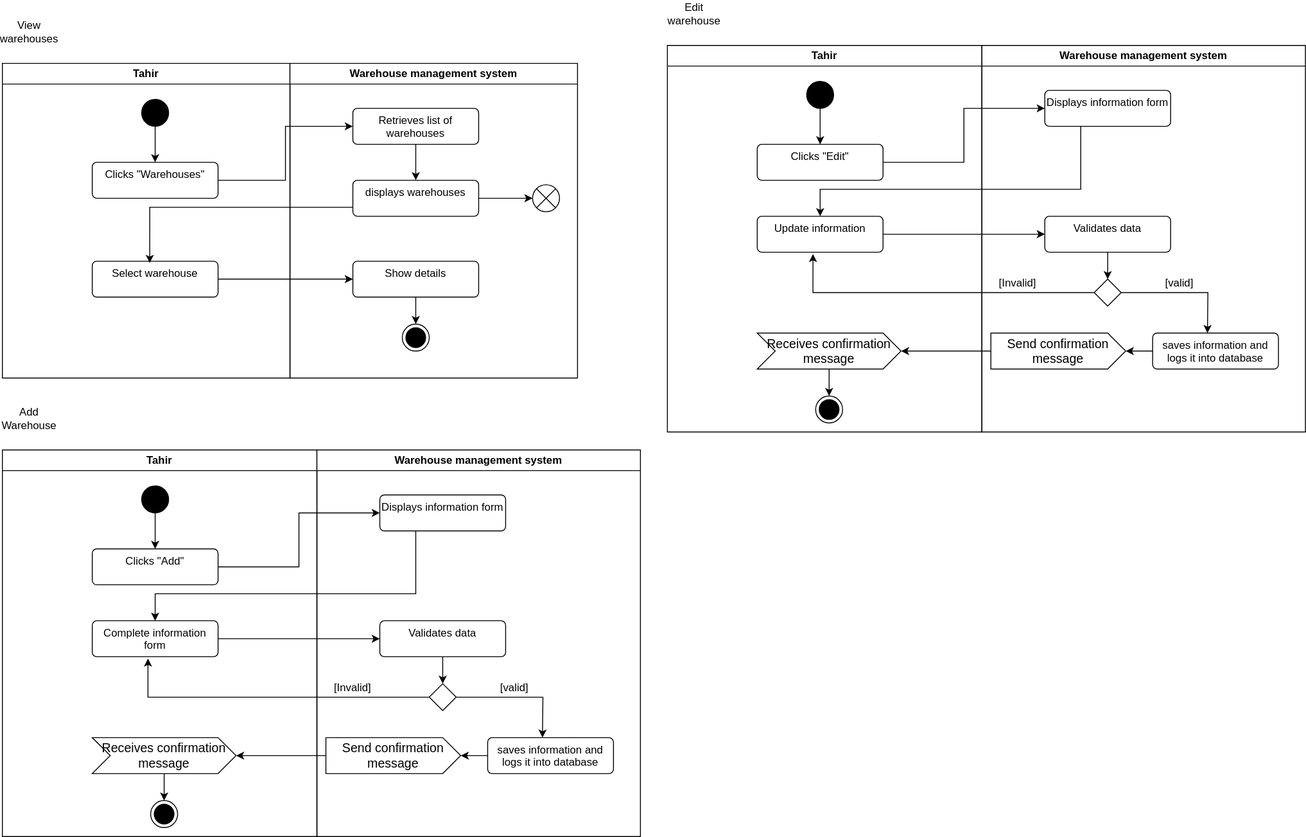
Simamkele88/IFM3_GP keeps this draw.io diagram as warehouse_act.svg. Above is the earlier version. Source tidied: cells renumbered, new cells last; positions are measured from the earlier drawing's top-left corner, leaving out a move shared by most shapes.
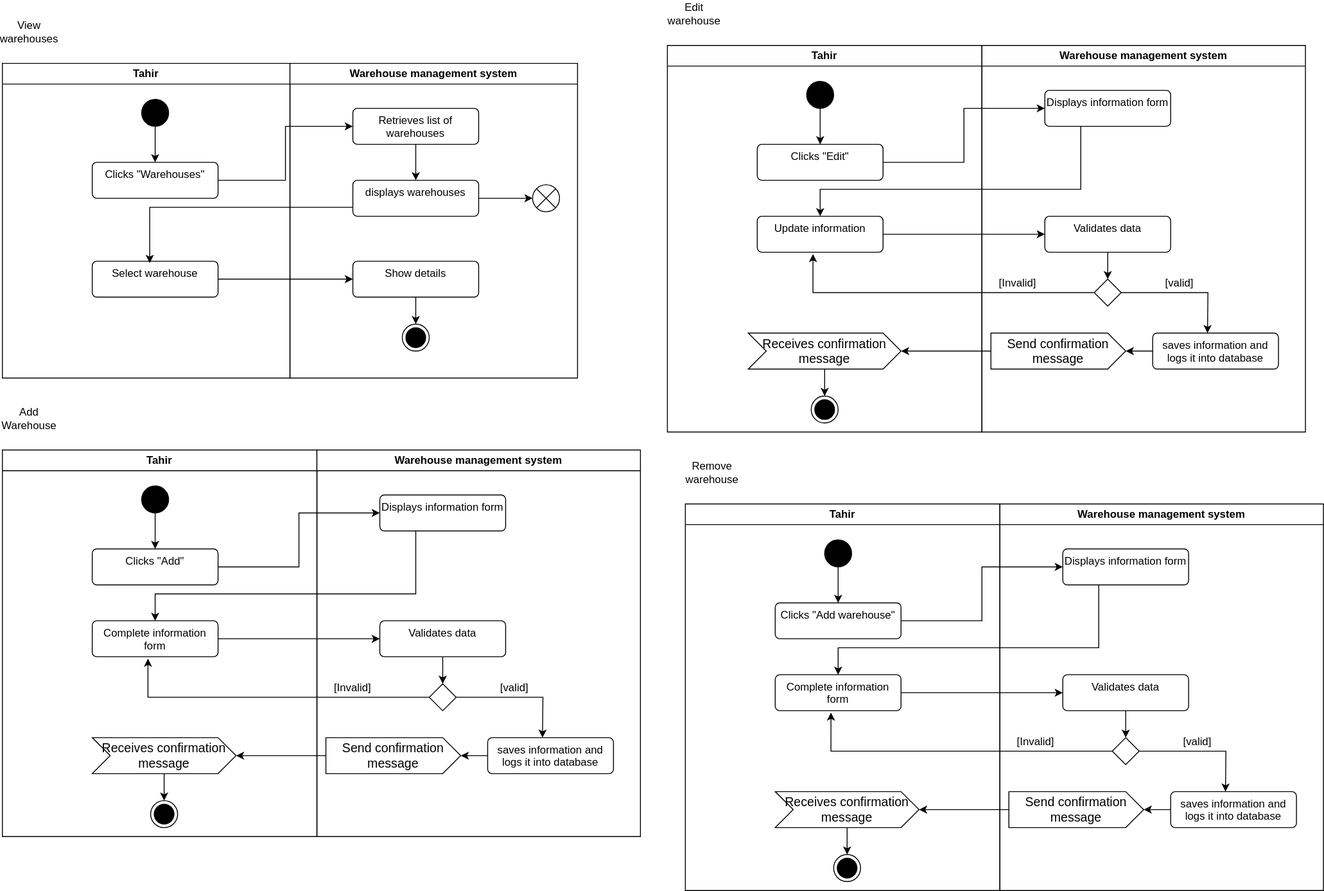
Later version of the same file.

Diff of the diagram source:
```diff
@@ -167,10 +167,10 @@
       <mxGeometry relative="1" as="geometry" />
     </mxCell>
     <mxCell id="53" value="Receives confirmation message" style="html=1;shape=mxgraph.infographic.ribbonSimple;notch1=20;notch2=20;align=center;verticalAlign=middle;fontSize=14;fontStyle=0;fillColor=#FFFFFF;whiteSpace=wrap;" parent="47" vertex="1">
-      <mxGeometry x="100" y="320" width="160" height="40" as="geometry" />
+      <mxGeometry x="90" y="320" width="170" height="40" as="geometry" />
     </mxCell>
     <mxCell id="54" style="ellipse;html=1;shape=endState;fillColor=strokeColor;" parent="47" vertex="1">
-      <mxGeometry x="165" y="390" width="30" height="30" as="geometry" />
+      <mxGeometry x="160" y="390" width="30" height="30" as="geometry" />
     </mxCell>
     <mxCell id="55" value="Warehouse management system" style="swimlane;whiteSpace=wrap;html=1;" parent="1" vertex="1">
       <mxGeometry x="1090" y="50" width="360" height="430" as="geometry" />
@@ -233,5 +233,90 @@
     <mxCell id="72" style="edgeStyle=orthogonalEdgeStyle;rounded=0;jettySize=auto;html=1;" parent="1" edge="1" source="65" target="53">
       <mxGeometry relative="1" as="geometry" />
     </mxCell>
+    <mxCell id="73" value="Tahir" style="swimlane;whiteSpace=wrap;html=1;" parent="1" vertex="1">
+      <mxGeometry x="760" y="560" width="350" height="430" as="geometry" />
+    </mxCell>
+    <mxCell id="74" style="edgeStyle=orthogonalEdgeStyle;rounded=0;jettySize=auto;html=1;" parent="73" edge="1" source="75" target="76">
+      <mxGeometry relative="1" as="geometry" />
+    </mxCell>
+    <mxCell id="75" style="ellipse;fillColor=strokeColor;html=1;" parent="73" vertex="1">
+      <mxGeometry x="155" y="40" width="30" height="30" as="geometry" />
+    </mxCell>
+    <mxCell id="76" value="Clicks &quot;Add warehouse&quot;" style="html=1;align=center;verticalAlign=top;rounded=1;absoluteArcSize=1;arcSize=10;dashed=0;whiteSpace=wrap;" parent="73" vertex="1">
+      <mxGeometry x="100" y="110" width="140" height="40" as="geometry" />
+    </mxCell>
+    <mxCell id="77" value="Complete information form" style="html=1;align=center;verticalAlign=top;rounded=1;absoluteArcSize=1;arcSize=10;dashed=0;whiteSpace=wrap;" parent="73" vertex="1">
+      <mxGeometry x="100" y="190" width="140" height="40" as="geometry" />
+    </mxCell>
+    <mxCell id="78" style="edgeStyle=orthogonalEdgeStyle;rounded=0;jettySize=auto;html=1;" parent="73" edge="1" source="79" target="80">
+      <mxGeometry relative="1" as="geometry" />
+    </mxCell>
+    <mxCell id="79" value="Receives confirmation message" style="html=1;shape=mxgraph.infographic.ribbonSimple;notch1=20;notch2=20;align=center;verticalAlign=middle;fontSize=14;fontStyle=0;fillColor=#FFFFFF;whiteSpace=wrap;" parent="73" vertex="1">
+      <mxGeometry x="100" y="320" width="160" height="40" as="geometry" />
+    </mxCell>
+    <mxCell id="80" style="ellipse;html=1;shape=endState;fillColor=strokeColor;" parent="73" vertex="1">
+      <mxGeometry x="165" y="390" width="30" height="30" as="geometry" />
+    </mxCell>
+    <mxCell id="81" value="Warehouse management system" style="swimlane;whiteSpace=wrap;html=1;" parent="1" vertex="1">
+      <mxGeometry x="1110" y="560" width="360" height="430" as="geometry" />
+    </mxCell>
+    <mxCell id="82" value="Displays information form" style="html=1;align=center;verticalAlign=top;rounded=1;absoluteArcSize=1;arcSize=10;dashed=0;whiteSpace=wrap;" parent="81" vertex="1">
+      <mxGeometry x="70" y="50" width="140" height="40" as="geometry" />
+    </mxCell>
+    <mxCell id="83" style="edgeStyle=orthogonalEdgeStyle;rounded=0;jettySize=auto;html=1;" parent="81" edge="1" source="84" target="85">
+      <mxGeometry relative="1" as="geometry" />
+    </mxCell>
+    <mxCell id="84" value="Validates data" style="html=1;align=center;verticalAlign=top;rounded=1;absoluteArcSize=1;arcSize=10;dashed=0;whiteSpace=wrap;" parent="81" vertex="1">
+      <mxGeometry x="70" y="190" width="140" height="40" as="geometry" />
+    </mxCell>
+    <mxCell id="85" style="rhombus;" parent="81" vertex="1">
+      <mxGeometry x="125" y="260" width="30" height="30" as="geometry" />
+    </mxCell>
+    <mxCell id="86" value="[Invalid]" style="text;html=1;align=center;verticalAlign=middle;whiteSpace=wrap;rounded=0;" parent="81" vertex="1">
+      <mxGeometry x="10" y="250" width="60" height="30" as="geometry" />
+    </mxCell>
+    <mxCell id="87" style="edgeStyle=orthogonalEdgeStyle;rounded=0;jettySize=auto;html=1;" parent="81" edge="1" source="88" target="91">
+      <mxGeometry relative="1" as="geometry" />
+    </mxCell>
+    <mxCell id="88" value="saves information and logs it into database" style="html=1;align=center;verticalAlign=top;rounded=1;absoluteArcSize=1;arcSize=10;dashed=0;whiteSpace=wrap;" parent="81" vertex="1">
+      <mxGeometry x="190" y="320" width="140" height="40" as="geometry" />
+    </mxCell>
+    <mxCell id="89" style="edgeStyle=orthogonalEdgeStyle;rounded=0;jettySize=auto;html=1;" parent="81" edge="1" source="85">
+      <mxGeometry relative="1" as="geometry">
+        <mxPoint x="251" y="320" as="targetPoint" />
+      </mxGeometry>
+    </mxCell>
+    <mxCell id="90" value="[valid]" style="text;html=1;align=center;verticalAlign=middle;whiteSpace=wrap;rounded=0;" parent="81" vertex="1">
+      <mxGeometry x="190" y="250" width="60" height="30" as="geometry" />
+    </mxCell>
+    <mxCell id="91" value="Send confirmation message" style="html=1;shape=mxgraph.infographic.ribbonSimple;notch1=0;notch2=20;align=center;verticalAlign=middle;fontSize=14;fontStyle=0;fillColor=#FFFFFF;whiteSpace=wrap;" parent="81" vertex="1">
+      <mxGeometry x="10" y="320" width="150" height="40" as="geometry" />
+    </mxCell>
+    <mxCell id="92" style="edgeStyle=orthogonalEdgeStyle;rounded=0;jettySize=auto;html=1;entryX=0;entryY=0.5;entryDx=0;entryDy=0;" parent="1" edge="1" source="76" target="82">
+      <mxGeometry relative="1" as="geometry" />
+    </mxCell>
+    <mxCell id="93" value="Remove warehouse" style="text;html=1;align=center;verticalAlign=middle;whiteSpace=wrap;rounded=0;" parent="1" vertex="1">
+      <mxGeometry x="760" y="510" width="60" height="30" as="geometry" />
+    </mxCell>
+    <mxCell id="94" style="edgeStyle=orthogonalEdgeStyle;rounded=0;orthogonalLoop=1;jettySize=auto;html=1;exitX=0.5;exitY=1;exitDx=0;exitDy=0;" parent="1" edge="1" source="93" target="93">
+      <mxGeometry relative="1" as="geometry" />
+    </mxCell>
+    <mxCell id="95" style="edgeStyle=orthogonalEdgeStyle;rounded=0;jettySize=auto;html=1;" parent="1" edge="1" source="82" target="77">
+      <mxGeometry relative="1" as="geometry">
+        <Array as="points">
+          <mxPoint x="1220" y="720" />
+          <mxPoint x="930" y="720" />
+        </Array>
+      </mxGeometry>
+    </mxCell>
+    <mxCell id="96" style="edgeStyle=orthogonalEdgeStyle;rounded=0;jettySize=auto;html=1;entryX=0;entryY=0.5;entryDx=0;entryDy=0;" parent="1" edge="1" source="77" target="84">
+      <mxGeometry relative="1" as="geometry" />
+    </mxCell>
+    <mxCell id="97" style="edgeStyle=orthogonalEdgeStyle;rounded=0;jettySize=auto;html=1;entryX=0.443;entryY=1.05;entryDx=0;entryDy=0;entryPerimeter=0;" parent="1" edge="1" source="85" target="77">
+      <mxGeometry relative="1" as="geometry" />
+    </mxCell>
+    <mxCell id="98" style="edgeStyle=orthogonalEdgeStyle;rounded=0;jettySize=auto;html=1;" parent="1" edge="1" source="91" target="79">
+      <mxGeometry relative="1" as="geometry" />
+    </mxCell>
   </root>
 </mxGraphModel>
```
